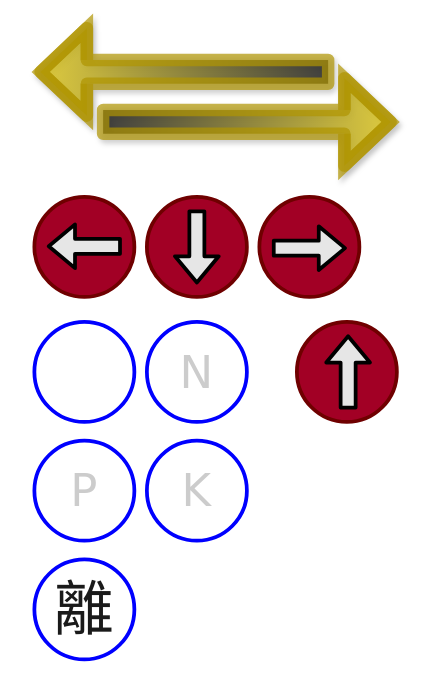
Above: StreetFighter6/images/image.drawio in yamasdais/notebook (draw.io), before the change. Source tidied: cells renumbered, new cells numbered last; positions are measured from the earlier drawing's top-left corner, leaving out a move shared by most shapes. Both pictures are drawn from the tidied source at 125%, with x=0, y=0 at pixel (34, 71).
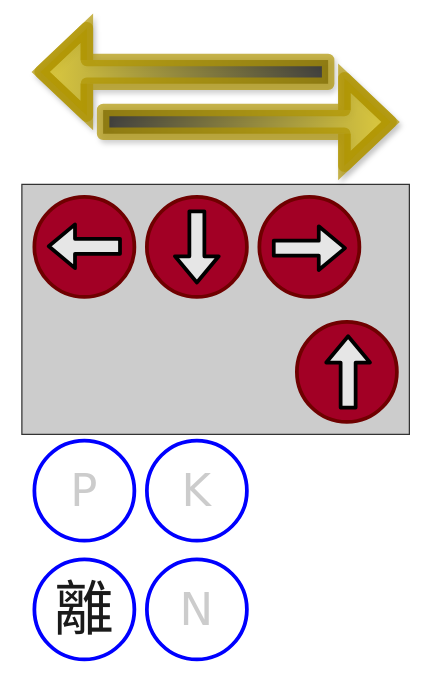
The same page after the edit.

Change to the diagram source:
```diff
@@
     <mxCell id="3" style="group;" parent="1" vertex="1">
-      <mxGeometry y="100" width="80" height="80" as="geometry" />
+      <mxGeometry y="100" width="300" height="190" as="geometry" />
     </mxCell>
+    <mxCell id="26" style="rounded=0;whiteSpace=wrap;html=1;fillColor=#CCCCCC;strokeColor=#333333;" parent="3" vertex="1">
+      <mxGeometry x="-10" y="-10" width="310" height="200" as="geometry" />
+    </mxCell>
@@
     <mxCell id="15" style="ellipse;whiteSpace=wrap;html=1;strokeWidth=3;fillColor=none;strokeColor=#0000FF;" parent="1" vertex="1">
-      <mxGeometry x="90" y="200" width="80" height="80" as="geometry" />
+      <mxGeometry x="90" y="390" width="80" height="80" as="geometry" />
     </mxCell>
     <mxCell id="16" value="&lt;font style=&quot;font-size: 36px;&quot; face=&quot;Verdana&quot;&gt;N&lt;/font&gt;" style="text;strokeColor=none;align=center;fillColor=none;html=1;verticalAlign=middle;whiteSpace=wrap;rounded=0;fontSize=36;labelBorderColor=none;fontColor=#CCCCCC;" parent="1" vertex="1">
-      <mxGeometry x="90" y="215" width="80" height="50" as="geometry" />
+      <mxGeometry x="90" y="405" width="80" height="50" as="geometry" />
     </mxCell>
```
